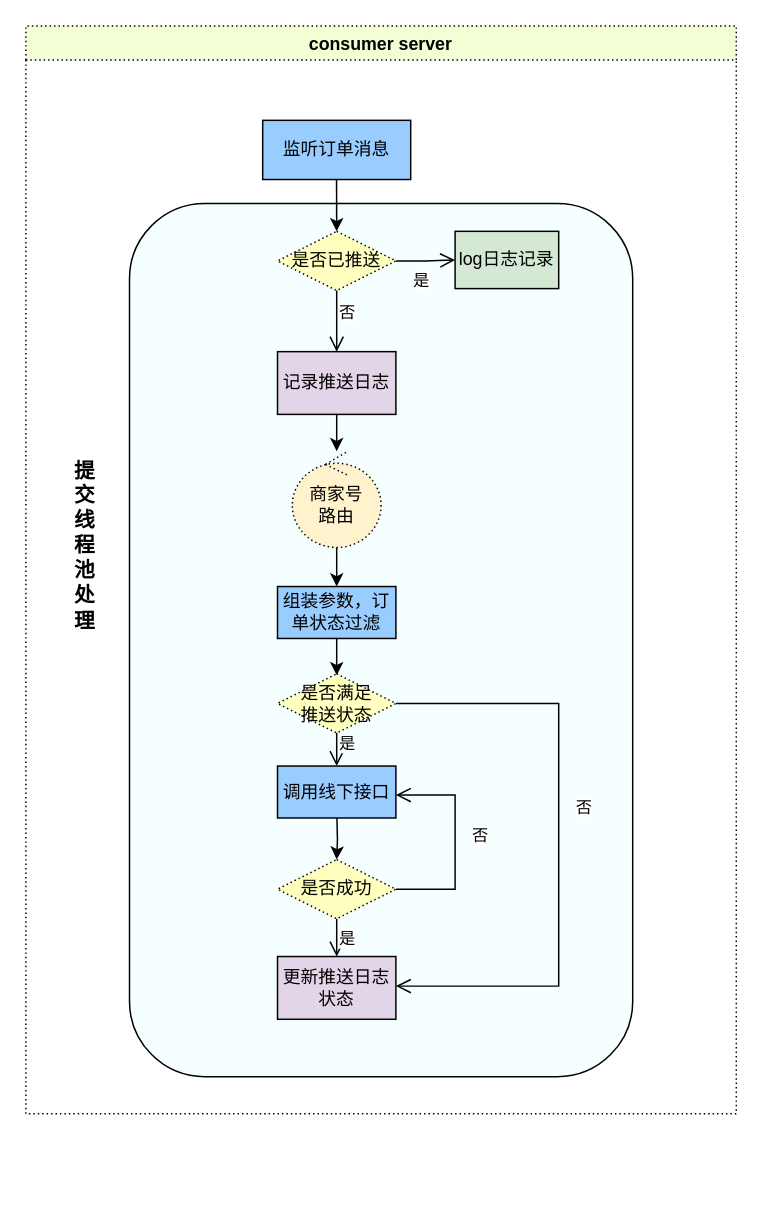
Earlier version of the draw.io diagram 订单推送线下流程不含重推.drawio (sjh724/draw.io). Source tidied: cells renumbered, new cells numbered last; positions are measured from the earlier drawing's top-left corner, leaving out a move shared by most shapes. Both pictures are drawn from the tidied source at 148%, with x=0, y=0 at pixel (25, 25).
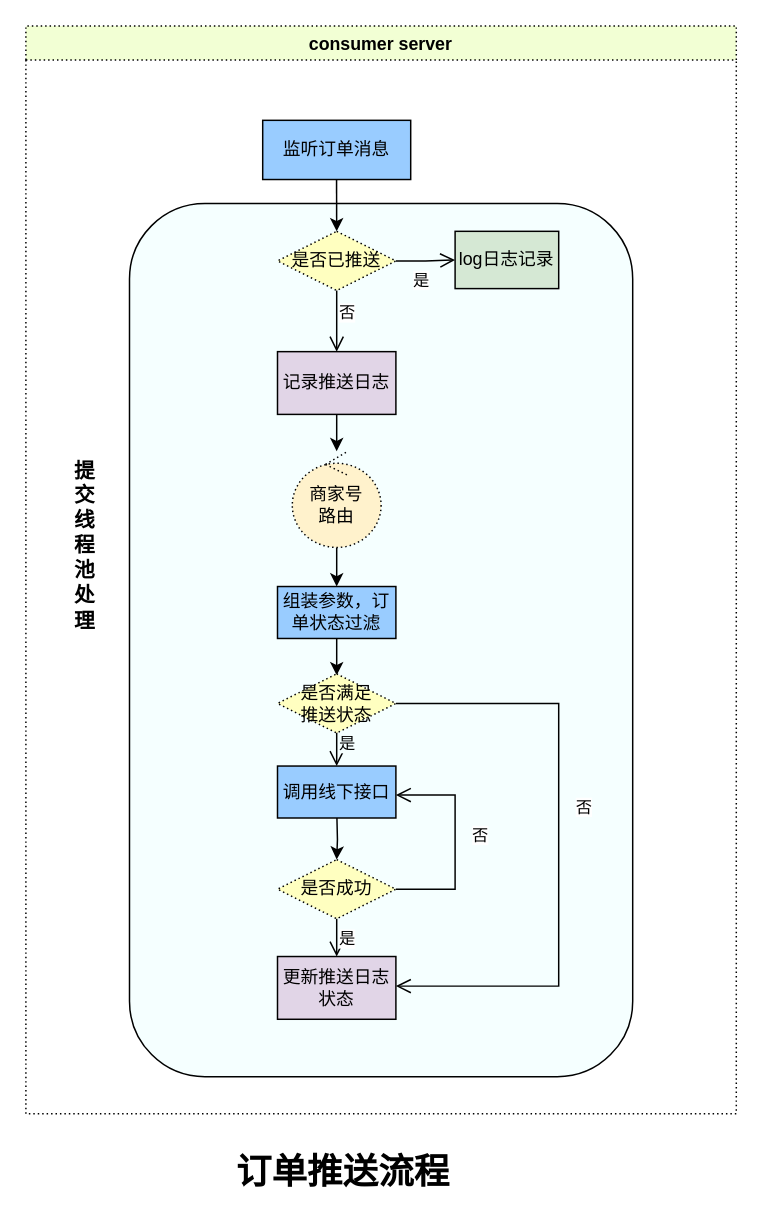
Above is the later version.

Commit message:
更新订单推送线下流程不含重推.drawio

The edit, as a diff of the source:
```diff
@@
+    <mxCell id="26" value="订单推送流程" style="text;strokeColor=none;fillColor=none;html=1;fontSize=24;fontStyle=1;verticalAlign=middle;align=center;" parent="1" vertex="1">
+      <mxGeometry x="164" y="755" width="100" height="40" as="geometry" />
+    </mxCell>
```
